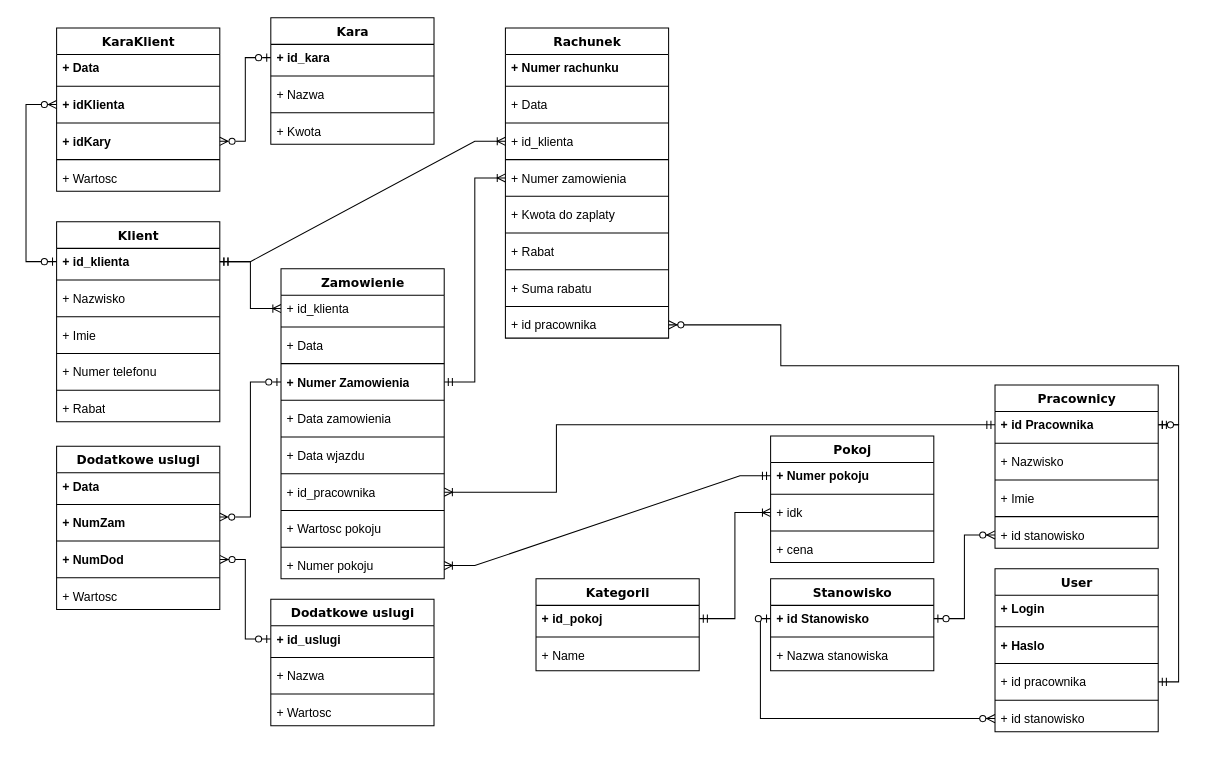
Before: Hotel California.drawio in DemskyiDm/Horyzont, a draw.io diagram. Source tidied: cells renumbered, new cells numbered last; positions are measured from the earlier drawing's top-left corner, leaving out a move shared by most shapes. Both pictures are drawn from the tidied source at 102%, with x=0, y=0 at pixel (26, 17).
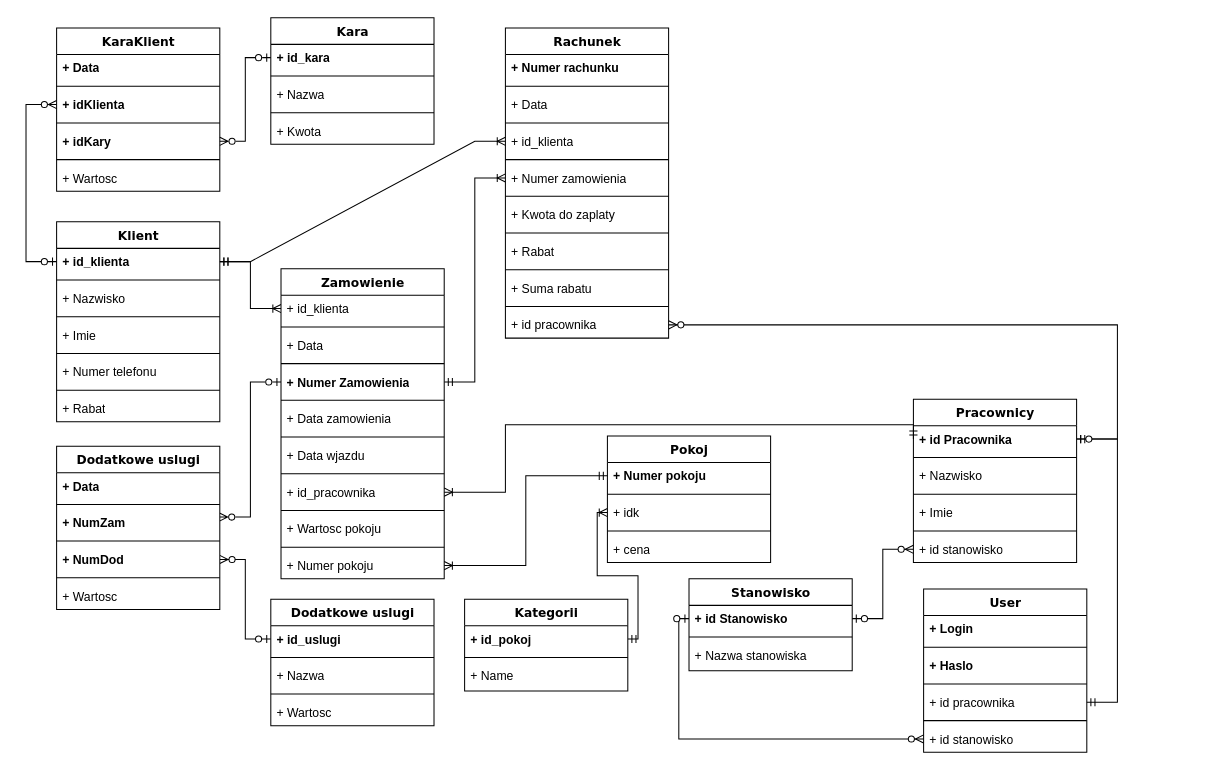
After the change.

Unchanged cells that the change refers to:
```xml
<mxCell id="56" value="+ id_pracownika" style="text;html=1;strokeColor=none;fillColor=none;align=left;verticalAlign=top;spacingLeft=4;spacingRight=4;whiteSpace=wrap;overflow=hidden;points=[[0,0.5],[1,0.5]];portConstraint=eastwest;" parent="45" vertex="1">
  <mxGeometry y="206" width="160" height="26" as="geometry" />
</mxCell>
<mxCell id="60" value="+ Numer pokoju" style="text;html=1;strokeColor=none;fillColor=none;align=left;verticalAlign=top;spacingLeft=4;spacingRight=4;whiteSpace=wrap;overflow=hidden;points=[[0,0.5],[1,0.5]];portConstraint=eastwest;" parent="45" vertex="1">
  <mxGeometry y="278" width="160" height="26" as="geometry" />
</mxCell>
<mxCell id="71" value="+ id pracownika" style="text;html=1;strokeColor=none;fillColor=none;align=left;verticalAlign=top;spacingLeft=4;spacingRight=4;whiteSpace=wrap;overflow=hidden;points=[[0,0.5],[1,0.5]];portConstraint=eastwest;" parent="66" vertex="1">
  <mxGeometry y="98" width="160" height="26" as="geometry" />
</mxCell>
<mxCell id="75" value="&lt;b&gt;+ id Pracownika&lt;/b&gt;" style="text;html=1;strokeColor=none;fillColor=none;align=left;verticalAlign=top;spacingLeft=4;spacingRight=4;whiteSpace=wrap;overflow=hidden;points=[[0,0.5],[1,0.5]];portConstraint=eastwest;" parent="74" vertex="1">
  <mxGeometry y="26" width="160" height="26" as="geometry" />
</mxCell>
<mxCell id="89" value="&lt;b&gt;+ Numer pokoju&lt;/b&gt;" style="text;html=1;strokeColor=none;fillColor=none;align=left;verticalAlign=top;spacingLeft=4;spacingRight=4;whiteSpace=wrap;overflow=hidden;points=[[0,0.5],[1,0.5]];portConstraint=eastwest;" parent="88" vertex="1">
  <mxGeometry y="26" width="160" height="26" as="geometry" />
</mxCell>
<mxCell id="109" value="+ id pracownika" style="text;html=1;strokeColor=none;fillColor=none;align=left;verticalAlign=top;spacingLeft=4;spacingRight=4;whiteSpace=wrap;overflow=hidden;points=[[0,0.5],[1,0.5]];portConstraint=eastwest;" parent="94" vertex="1">
  <mxGeometry y="278" width="160" height="26" as="geometry" />
</mxCell>
```

Change to the diagram source:
```diff
@@
     <mxCell id="62" value="Stanowisko" style="swimlane;html=1;fontStyle=1;align=center;verticalAlign=top;horizontal=1;startSize=26;swimlaneFillColor=#ffffff;rounded=0;shadow=0;comic=0;labelBackgroundColor=none;strokeWidth=1;fillColor=none;fontFamily=Verdana;fontSize=12;strokeColor=#000000;" parent="1" vertex="1">
-      <mxGeometry x="730" y="550" width="160" height="90" as="geometry" />
+      <mxGeometry x="650" y="550" width="160" height="90" as="geometry" />
     </mxCell>
@@
     <mxCell id="66" value="User" style="swimlane;html=1;fontStyle=1;align=center;verticalAlign=top;horizontal=1;startSize=26;swimlaneFillColor=#ffffff;rounded=0;shadow=0;comic=0;labelBackgroundColor=none;strokeWidth=1;fillColor=none;fontFamily=Verdana;fontSize=12;strokeColor=#000000;" parent="1" vertex="1">
-      <mxGeometry x="950" y="540" width="160" height="160" as="geometry" />
+      <mxGeometry x="880" y="560" width="160" height="160" as="geometry" />
     </mxCell>
@@
     <mxCell id="74" value="Pracownicy" style="swimlane;html=1;fontStyle=1;align=center;verticalAlign=top;horizontal=1;startSize=26;swimlaneFillColor=#ffffff;rounded=0;shadow=0;comic=0;labelBackgroundColor=none;strokeWidth=1;fillColor=none;fontFamily=Verdana;fontSize=12;strokeColor=#000000;" parent="1" vertex="1">
-      <mxGeometry x="950" y="360" width="160" height="160" as="geometry" />
+      <mxGeometry x="870" y="374" width="160" height="160" as="geometry" />
     </mxCell>
@@
     <mxCell id="82" style="edgeStyle=orthogonalEdgeStyle;fontSize=12;html=1;endArrow=ERmandOne;startArrow=ERmandOne;rounded=0;exitX=1;exitY=0.5;exitDx=0;exitDy=0;entryX=1;entryY=0.5;entryDx=0;entryDy=0;" parent="1" edge="1" source="71" target="75">
       <mxGeometry relative="1" as="geometry">
         <Array as="points">
-          <mxPoint x="1130" y="651" />
-          <mxPoint x="1130" y="399" />
+          <mxPoint x="1070" y="671" />
+          <mxPoint x="1070" y="413" />
         </Array>
       </mxGeometry>
     </mxCell>
@@
     <mxCell id="84" value="Kategorii" style="swimlane;html=1;fontStyle=1;align=center;verticalAlign=top;horizontal=1;startSize=26;swimlaneFillColor=#ffffff;rounded=0;shadow=0;comic=0;labelBackgroundColor=none;strokeWidth=1;fillColor=none;fontFamily=Verdana;fontSize=12;strokeColor=#000000;" parent="1" vertex="1">
-      <mxGeometry x="500" y="550" width="160" height="90" as="geometry" />
+      <mxGeometry x="430" y="570" width="160" height="90" as="geometry" />
     </mxCell>
@@
     <mxCell id="88" value="Pokoj" style="swimlane;html=1;fontStyle=1;align=center;verticalAlign=top;horizontal=1;startSize=26;swimlaneFillColor=#ffffff;rounded=0;shadow=0;comic=0;labelBackgroundColor=none;strokeWidth=1;fillColor=none;fontFamily=Verdana;fontSize=12;strokeColor=#000000;" parent="1" vertex="1">
-      <mxGeometry x="730" y="410" width="160" height="124" as="geometry" />
+      <mxGeometry x="570" y="410" width="160" height="124" as="geometry" />
     </mxCell>
@@
     <mxCell id="110" style="edgeStyle=orthogonalEdgeStyle;fontSize=12;html=1;endArrow=ERoneToMany;startArrow=ERmandOne;rounded=0;exitX=0;exitY=0.5;exitDx=0;exitDy=0;entryX=1;entryY=0.5;entryDx=0;entryDy=0;startFill=0;endFill=0;" parent="1" edge="1" source="75" target="56">
       <mxGeometry relative="1" as="geometry">
         <Array as="points">
-          <mxPoint x="520" y="399" />
-          <mxPoint x="520" y="465" />
+          <mxPoint x="870" y="399" />
+          <mxPoint x="470" y="399" />
+          <mxPoint x="470" y="465" />
         </Array>
       </mxGeometry>
     </mxCell>
@@
     <mxCell id="112" style="edgeStyle=orthogonalEdgeStyle;fontSize=12;html=1;endArrow=ERzeroToMany;startArrow=ERzeroToOne;rounded=0;exitX=1;exitY=0.5;exitDx=0;exitDy=0;entryX=1;entryY=0.5;entryDx=0;entryDy=0;" parent="1" edge="1" source="75" target="109">
       <mxGeometry relative="1" as="geometry">
         <Array as="points">
-          <mxPoint x="1130" y="399" />
-          <mxPoint x="1130" y="341" />
-          <mxPoint x="740" y="341" />
-          <mxPoint x="740" y="301" />
+          <mxPoint x="1070" y="413" />
+          <mxPoint x="1070" y="301" />
         </Array>
       </mxGeometry>
     </mxCell>
@@
-    <mxCell id="114" style="edgeStyle=entityRelationEdgeStyle;fontSize=12;html=1;endArrow=ERoneToMany;startArrow=ERmandOne;rounded=0;exitX=0;exitY=0.5;exitDx=0;exitDy=0;entryX=1;entryY=0.5;entryDx=0;entryDy=0;" parent="1" edge="1" source="89" target="60">
+    <mxCell id="114" style="edgeStyle=orthogonalEdgeStyle;fontSize=12;html=1;endArrow=ERoneToMany;startArrow=ERmandOne;rounded=0;exitX=0;exitY=0.5;exitDx=0;exitDy=0;entryX=1;entryY=0.5;entryDx=0;entryDy=0;" parent="1" edge="1" source="89" target="60">
       <mxGeometry relative="1" as="geometry" />
     </mxCell>
```
